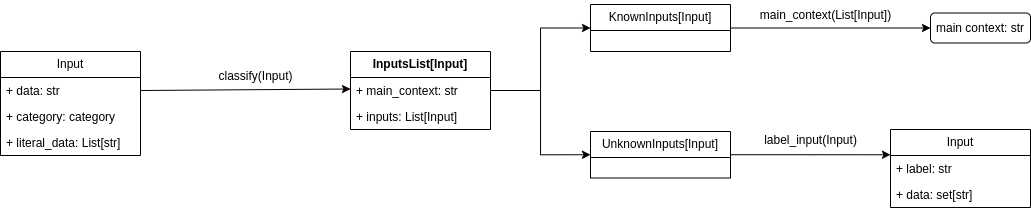
John321Blacksmith/tesla keeps this draw.io diagram as plan/logical_view.png. Above is the earlier version. Source tidied: cells renumbered, new cells last; positions are measured from the earlier drawing's top-left corner, leaving out a move shared by most shapes.
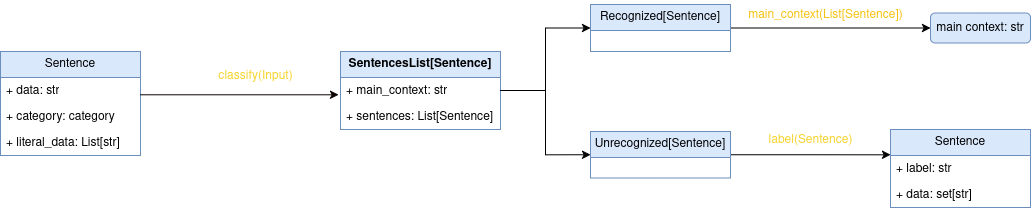
The same diagram one commit later.

Diff of the diagram source:
```diff
@@ -2,7 +2,7 @@
   <root>
     <mxCell id="0" />
     <mxCell id="1" parent="0" />
-    <mxCell id="2" value="Input" style="swimlane;fontStyle=0;horizontal=1;startSize=26;fillColor=none;whiteSpace=wrap;html=1;" parent="1" vertex="1">
+    <mxCell id="2" value="Sentence" style="swimlane;fontStyle=0;horizontal=1;startSize=26;fillColor=#dae8fc;whiteSpace=wrap;html=1;strokeColor=#6c8ebf;" parent="1" vertex="1">
       <mxGeometry y="51" width="140" height="104" as="geometry" />
     </mxCell>
     <mxCell id="3" value="+ data: str" style="text;strokeColor=none;fillColor=none;align=left;verticalAlign=top;spacingLeft=4;spacingRight=4;overflow=hidden;points=[[0,0.5],[1,0.5]];portConstraint=eastwest;whiteSpace=wrap;html=1;" parent="2" vertex="1">
@@ -14,33 +14,31 @@
     <mxCell id="5" value="+ literal_data: List[str]" style="text;strokeColor=none;fillColor=none;align=left;verticalAlign=top;spacingLeft=4;spacingRight=4;overflow=hidden;whiteSpace=wrap;html=1;" parent="2" vertex="1">
       <mxGeometry y="78" width="140" height="26" as="geometry" />
     </mxCell>
-    <mxCell id="6" style="endArrow=classic;html=1;rounded=0;exitX=1;exitY=0.5;exitDx=0;exitDy=0;entryX=0;entryY=0.25;entryDx=0;entryDy=0;strokeColor=#0a0000;" parent="1" edge="1" source="3">
-      <mxGeometry relative="1" as="geometry">
-        <mxPoint x="350" y="88.5" as="targetPoint" />
-      </mxGeometry>
+    <mxCell id="6" style="endArrow=classic;html=1;rounded=0;exitX=0.999;exitY=0.665;exitDx=0;exitDy=0;strokeColor=#0a0000;exitPerimeter=0;entryX=-0.012;entryY=0.665;entryDx=0;entryDy=0;entryPerimeter=0;" parent="1" edge="1" source="3" target="9">
+      <mxGeometry relative="1" as="geometry" />
     </mxCell>
-    <mxCell id="7" value="classify(Input)" style="text;html=1;align=center;verticalAlign=middle;strokeColor=none;fillColor=none;" parent="1" vertex="1">
+    <mxCell id="7" value="&lt;span style=&quot;color: light-dark(rgb(246, 211, 45), rgb(237, 237, 237));&quot;&gt;classify(Input)&lt;/span&gt;" style="text;html=1;align=center;verticalAlign=middle;strokeColor=none;fillColor=none;" parent="1" vertex="1">
       <mxGeometry x="205" y="61" width="100" height="30" as="geometry" />
     </mxCell>
-    <mxCell id="8" value="&lt;b&gt;InputsList[Input]&lt;/b&gt;" style="swimlane;fontStyle=0;horizontal=1;startSize=26;fillColor=none;whiteSpace=wrap;html=1;" parent="1" vertex="1">
-      <mxGeometry x="350" y="51" width="140" height="78" as="geometry" />
+    <mxCell id="8" value="&lt;b&gt;SentencesList[Sentence]&lt;/b&gt;" style="swimlane;fontStyle=0;horizontal=1;startSize=26;fillColor=#dae8fc;whiteSpace=wrap;html=1;strokeColor=#6c8ebf;" parent="1" vertex="1">
+      <mxGeometry x="340" y="51" width="160" height="78" as="geometry" />
     </mxCell>
     <mxCell id="9" value="+ main_context: str" style="text;strokeColor=none;fillColor=none;align=left;verticalAlign=top;spacingLeft=4;spacingRight=4;overflow=hidden;points=[[0,0.5],[1,0.5]];portConstraint=eastwest;whiteSpace=wrap;html=1;" parent="8" vertex="1">
-      <mxGeometry y="26" width="140" height="26" as="geometry" />
+      <mxGeometry y="26" width="160" height="26" as="geometry" />
     </mxCell>
-    <mxCell id="10" value="+ inputs: List[Input]" style="text;strokeColor=none;fillColor=none;align=left;verticalAlign=top;spacingLeft=4;spacingRight=4;overflow=hidden;whiteSpace=wrap;html=1;" parent="8" vertex="1">
-      <mxGeometry y="52" width="140" height="26" as="geometry" />
+    <mxCell id="10" value="+ sentences: List[Sentence]" style="text;strokeColor=none;fillColor=none;align=left;verticalAlign=top;spacingLeft=4;spacingRight=4;overflow=hidden;whiteSpace=wrap;html=1;" parent="8" vertex="1">
+      <mxGeometry y="52" width="160" height="26" as="geometry" />
     </mxCell>
     <mxCell id="11" style="edgeStyle=orthogonalEdgeStyle;rounded=0;jettySize=auto;html=1;entryX=0;entryY=0.324;entryDx=0;entryDy=0;entryPerimeter=0;" parent="1" edge="1" source="12" target="19">
       <mxGeometry relative="1" as="geometry" />
     </mxCell>
-    <mxCell id="12" value="UnknownInputs[Input]" style="swimlane;fontStyle=0;horizontal=1;startSize=26;fillColor=none;whiteSpace=wrap;html=1;" parent="1" vertex="1">
+    <mxCell id="12" value="Unrecognized[Sentence]" style="swimlane;fontStyle=0;horizontal=1;startSize=26;fillColor=#dae8fc;whiteSpace=wrap;html=1;strokeColor=#6c8ebf;" parent="1" vertex="1">
       <mxGeometry x="590" y="131" width="140" height="46.5" as="geometry" />
     </mxCell>
     <mxCell id="13" style="edgeStyle=orthogonalEdgeStyle;rounded=0;jettySize=auto;html=1;entryX=0;entryY=0.5;entryDx=0;entryDy=0;" parent="1" edge="1" source="14" target="18">
       <mxGeometry relative="1" as="geometry" />
     </mxCell>
-    <mxCell id="14" value="KnownInputs[Input]" style="swimlane;fontStyle=0;horizontal=1;startSize=26;fillColor=none;whiteSpace=wrap;html=1;" parent="1" vertex="1">
+    <mxCell id="14" value="Recognized[Sentence]" style="swimlane;fontStyle=0;horizontal=1;startSize=26;fillColor=#dae8fc;whiteSpace=wrap;html=1;strokeColor=#6c8ebf;" parent="1" vertex="1">
       <mxGeometry x="590" y="4" width="140" height="47" as="geometry" />
     </mxCell>
     <mxCell id="15" style="edgeStyle=orthogonalEdgeStyle;rounded=0;jettySize=auto;html=1;entryX=0;entryY=0.5;entryDx=0;entryDy=0;" parent="1" edge="1" source="9" target="12">
@@ -49,13 +47,13 @@
     <mxCell id="16" style="edgeStyle=orthogonalEdgeStyle;rounded=0;jettySize=auto;html=1;entryX=0;entryY=0.5;entryDx=0;entryDy=0;" parent="1" edge="1" source="9" target="14">
       <mxGeometry relative="1" as="geometry" />
     </mxCell>
-    <mxCell id="17" value="main_context(List[Input])" style="text;html=1;align=center;verticalAlign=middle;strokeColor=none;fillColor=none;" parent="1" vertex="1">
-      <mxGeometry x="750" width="150" height="30" as="geometry" />
+    <mxCell id="17" value="&lt;span style=&quot;color: light-dark(rgb(245, 194, 17), rgb(237, 237, 237));&quot;&gt;main_context(List[Sentence])&lt;/span&gt;" style="text;html=1;align=center;verticalAlign=middle;strokeColor=none;fillColor=none;" parent="1" vertex="1">
+      <mxGeometry x="735" width="180" height="30" as="geometry" />
     </mxCell>
-    <mxCell id="18" value="main context: str" style="rounded=1;whiteSpace=wrap;html=1;" parent="1" vertex="1">
+    <mxCell id="18" value="main context: str" style="rounded=1;whiteSpace=wrap;html=1;fillColor=#dae8fc;strokeColor=#6c8ebf;" parent="1" vertex="1">
       <mxGeometry x="930" y="12.5" width="100" height="30" as="geometry" />
     </mxCell>
-    <mxCell id="19" value="Input" style="swimlane;fontStyle=0;horizontal=1;startSize=26;fillColor=none;whiteSpace=wrap;html=1;" parent="1" vertex="1">
+    <mxCell id="19" value="Sentence" style="swimlane;fontStyle=0;horizontal=1;startSize=26;fillColor=#dae8fc;whiteSpace=wrap;html=1;strokeColor=#6c8ebf;" parent="1" vertex="1">
       <mxGeometry x="890" y="129" width="140" height="78" as="geometry" />
     </mxCell>
     <mxCell id="20" value="+ label: str" style="text;strokeColor=none;fillColor=none;align=left;verticalAlign=top;spacingLeft=4;spacingRight=4;overflow=hidden;whiteSpace=wrap;html=1;" parent="19" vertex="1">
@@ -64,8 +62,8 @@
     <mxCell id="21" value="+ data: set[str]" style="text;strokeColor=none;fillColor=none;align=left;verticalAlign=top;spacingLeft=4;spacingRight=4;overflow=hidden;whiteSpace=wrap;html=1;" parent="19" vertex="1">
       <mxGeometry y="52" width="140" height="26" as="geometry" />
     </mxCell>
-    <mxCell id="22" value="label_input(Input)" style="text;html=1;align=center;verticalAlign=middle;strokeColor=none;fillColor=none;" parent="1" vertex="1">
-      <mxGeometry x="750" y="125" width="120" height="30" as="geometry" />
+    <mxCell id="22" value="&lt;span style=&quot;color: light-dark(rgb(246, 211, 45), rgb(237, 237, 237));&quot;&gt;label(Sentence)&lt;/span&gt;" style="text;html=1;align=center;verticalAlign=middle;strokeColor=none;fillColor=none;" parent="1" vertex="1">
+      <mxGeometry x="755" y="125" width="110" height="30" as="geometry" />
     </mxCell>
   </root>
 </mxGraphModel>
```
